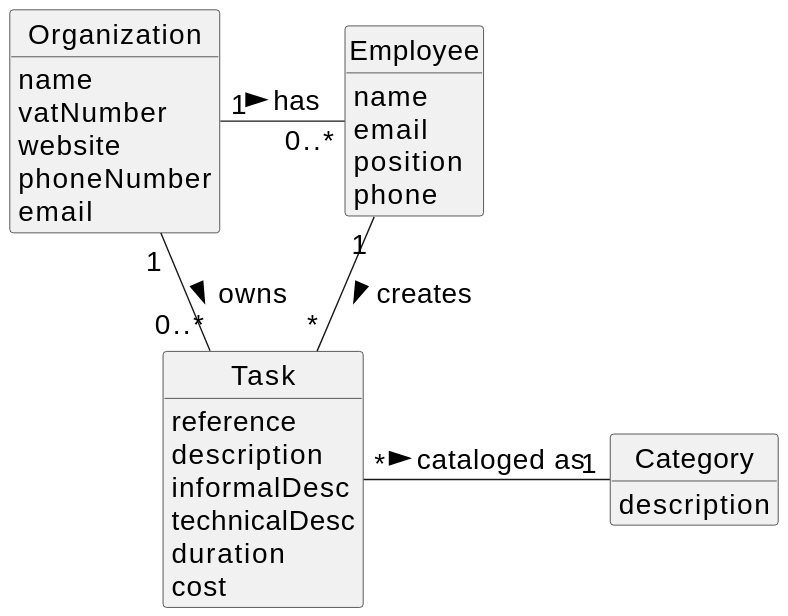
Earlier version of the PlantUML export lei-22-s2-1do-g68/docs/sprintA/us003/02.analysis/svg/us003-domain-model.svg (hugosilva2901/lei-22-s2-1DO-g68).
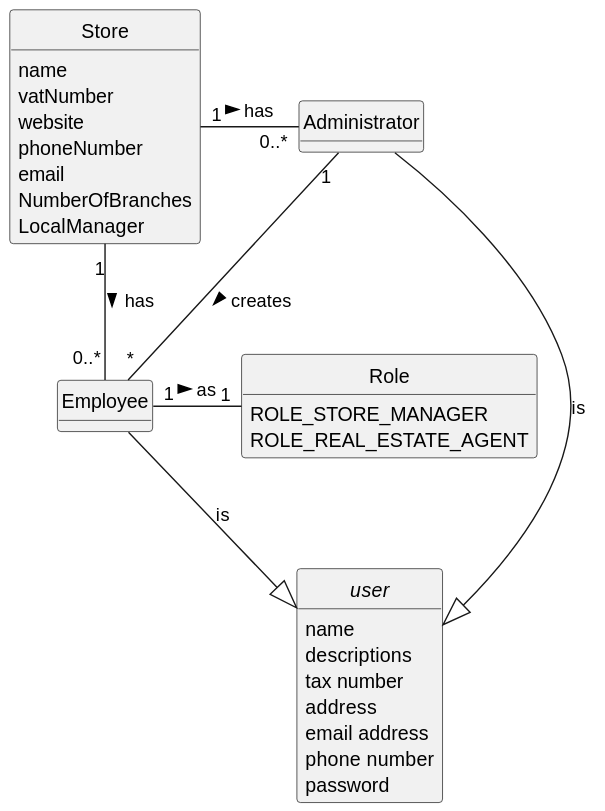
Later version of the same file.

Change to the diagram source:
```diff
@@ -1,5 +1,4 @@
 @startuml
-skinparamlocked defaultFontSize 20
 skinparam monochrome true
 skinparam packageStyle rectangle
 skinparam shadowing false
@@ -10,39 +9,39 @@
 hide circle
 hide methods
 
+class Store{
+name
+vatNumber
+website
+phoneNumber
+email
+NumberOfBranches
+LocalManager
+}
+class Employee {
 
-
-class Organization {
-    name
-    vatNumber
-    website
-    phoneNumber
-    email
+}
+class Role {
+    ROLE_STORE_MANAGER
+    ROLE_REAL_ESTATE_AGENT
 }
 
-class Task {
-    reference
-    description
-    informalDesc
-    technicalDesc
-    duration
-    cost
+abstract class user{
+    name
+    descriptions
+    tax number
+    address
+    email address
+    phone number
+    password
 }
 
-class Category {
-    description
+class Administrator {
 }
-
-class Employee {
-    name
-    email
-    position
-    phone
-}
-
-
-Organization "1" - "0..*" Employee : has >
-Organization "1" - "0..*" Task: owns >
-Employee "1" -- "*" Task : creates >
-Task "*" - "1" Category: cataloged as >
+Administrator --|> user : is
+Employee --|> user : is
+Store "1" - "0..*" Administrator : has >
+Store "1" - "0..*" Employee: has >
+Administrator "1" -- "*" Employee : creates >
+Employee "1" - "1" Role: as >
 @enduml
```
